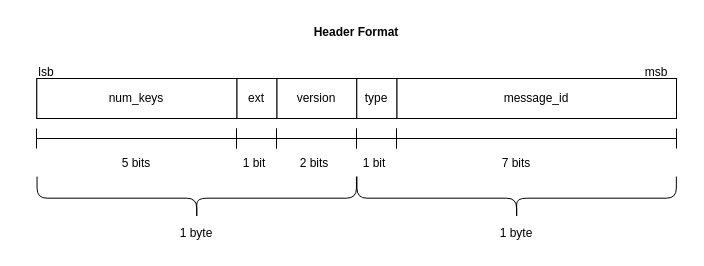
Before: page "Header" (2 of 5) of docs/format.drawio in fcap-protocol/docs, a draw.io diagram. Source tidied: cells renumbered, new cells numbered last; positions are measured from the earlier drawing's top-left corner, leaving out a move shared by most shapes. Both pictures are drawn from the tidied source at 100%, with x=0, y=0 at pixel (16, 16).
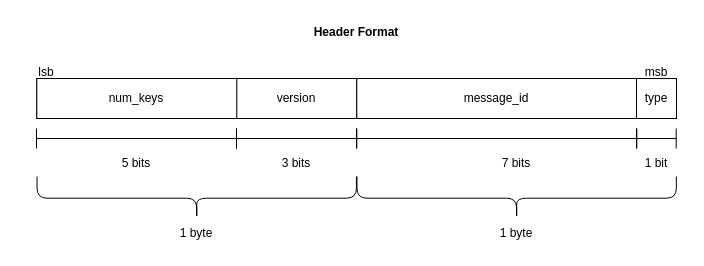
The same diagram, later.

Diff of the diagram source:
```diff
@@
     <mxCell id="3" value="version" style="rounded=0;whiteSpace=wrap;html=1;" parent="1" vertex="1">
-      <mxGeometry x="260.3" y="62" width="80" height="40" as="geometry" />
+      <mxGeometry x="220" y="62" width="120.3" height="40" as="geometry" />
     </mxCell>
@@
-    <mxCell id="6" value="2 bits" style="text;html=1;strokeColor=none;fillColor=none;align=center;verticalAlign=middle;whiteSpace=wrap;rounded=0;" parent="1" vertex="1">
-      <mxGeometry x="268.3" y="132" width="60" height="30" as="geometry" />
+    <mxCell id="6" value="3 bits" style="text;html=1;strokeColor=none;fillColor=none;align=center;verticalAlign=middle;whiteSpace=wrap;rounded=0;" parent="1" vertex="1">
+      <mxGeometry x="250.2" y="132" width="60" height="30" as="geometry" />
     </mxCell>
     <mxCell id="7" style="shape=crossbar;whiteSpace=wrap;html=1;rounded=1;" parent="1" vertex="1">
-      <mxGeometry x="260" y="112" width="80" height="20" as="geometry" />
+      <mxGeometry x="220" y="112" width="120" height="20" as="geometry" />
     </mxCell>
-    <mxCell id="8" style="shape=crossbar;whiteSpace=wrap;html=1;rounded=1;" parent="1" vertex="1">
-      <mxGeometry x="220" y="112" width="40" height="20" as="geometry" />
-    </mxCell>
@@
-    <mxCell id="10" value="1 bit" style="text;html=1;strokeColor=none;fillColor=none;align=center;verticalAlign=middle;whiteSpace=wrap;rounded=0;" parent="1" vertex="1">
-      <mxGeometry x="208.3" y="132" width="60" height="30" as="geometry" />
-    </mxCell>
@@
     <mxCell id="15" value="message_id" style="rounded=0;whiteSpace=wrap;html=1;" parent="1" vertex="1">
-      <mxGeometry x="380.3" y="62" width="279.7" height="40" as="geometry" />
+      <mxGeometry x="340.3" y="62" width="279.7" height="40" as="geometry" />
     </mxCell>
-    <mxCell id="16" value="ext" style="rounded=0;whiteSpace=wrap;html=1;" parent="1" vertex="1">
-      <mxGeometry x="220.3" y="62" width="40" height="40" as="geometry" />
-    </mxCell>
@@
     <mxCell id="20" value="type" style="rounded=0;whiteSpace=wrap;html=1;" parent="1" vertex="1">
-      <mxGeometry x="340.3" y="62" width="40" height="40" as="geometry" />
+      <mxGeometry x="620" y="62" width="40" height="40" as="geometry" />
     </mxCell>
     <mxCell id="21" style="shape=crossbar;whiteSpace=wrap;html=1;rounded=1;" parent="1" vertex="1">
-      <mxGeometry x="340" y="112" width="40" height="20" as="geometry" />
+      <mxGeometry x="620" y="112" width="39.7" height="20" as="geometry" />
     </mxCell>
     <mxCell id="22" style="shape=crossbar;whiteSpace=wrap;html=1;rounded=1;" parent="1" vertex="1">
-      <mxGeometry x="380" y="112" width="280" height="20" as="geometry" />
+      <mxGeometry x="340.3" y="112" width="280" height="20" as="geometry" />
     </mxCell>
     <mxCell id="23" value="1 bit" style="text;html=1;strokeColor=none;fillColor=none;align=center;verticalAlign=middle;whiteSpace=wrap;rounded=0;" parent="1" vertex="1">
-      <mxGeometry x="328.3" y="132" width="60" height="30" as="geometry" />
+      <mxGeometry x="609.8" y="132" width="60" height="30" as="geometry" />
     </mxCell>
```
